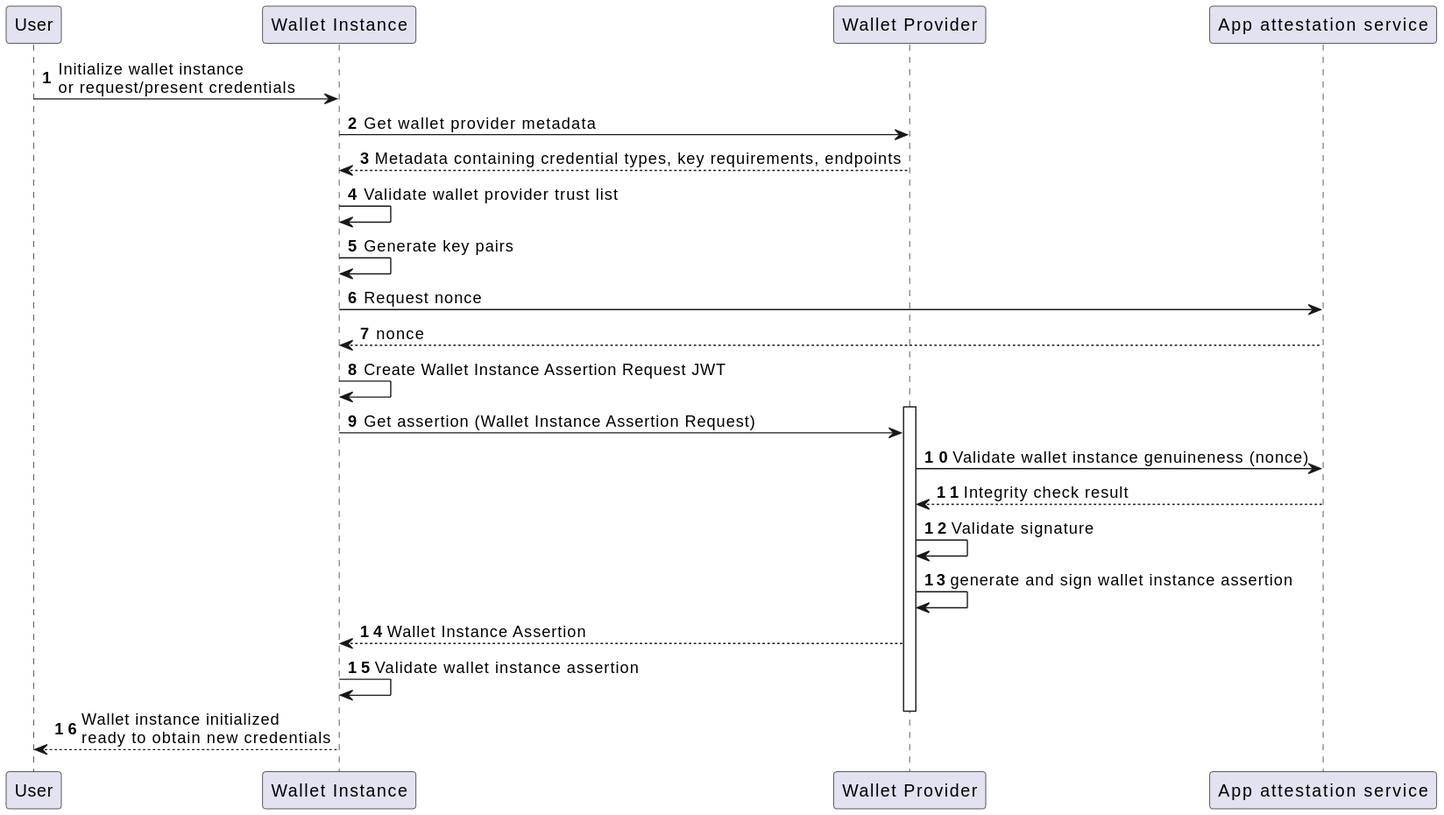
Above: images/dynamic_view_sequence_wallet_instance_attestation.svg in italia/eudi-wallet-it-docs (PlantUML), before the change.
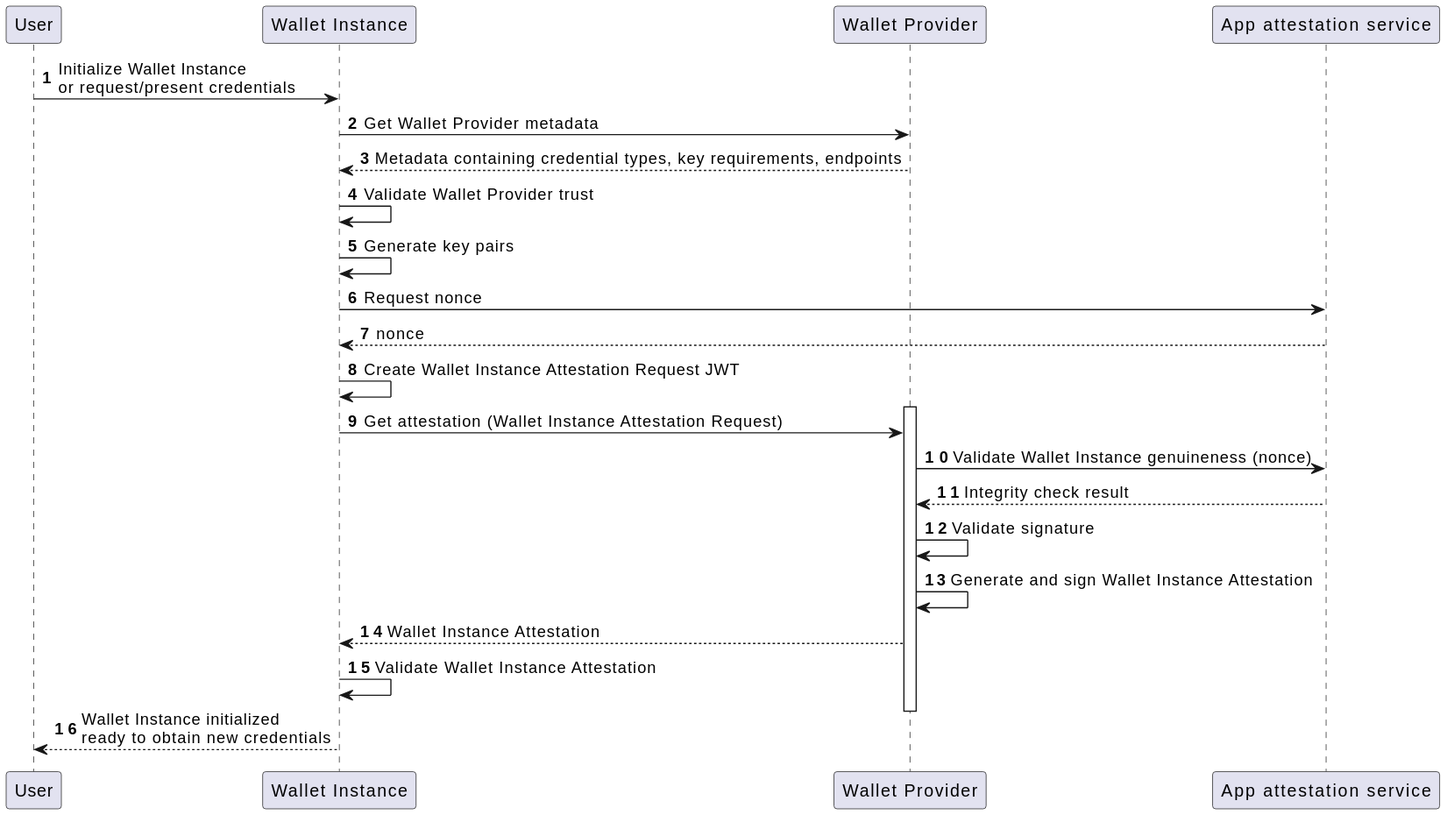
Above is the later version.

Change to the diagram source:
```diff
@@ -7,23 +7,23 @@
 participant "Wallet Provider" as wb
 participant "App attestation service" as att
 
-u -> wi: Initialize wallet instance\nor request/present credentials
-wi->wb: Get wallet provider metadata
+u -> wi: Initialize Wallet Instance\nor request/present credentials
+wi->wb: Get Wallet Provider metadata
 wb-->wi: Metadata containing credential types, key requirements, endpoints
-wi->wi: Validate wallet provider trust list
+wi->wi: Validate Wallet Provider trust
 wi -> wi: Generate key pairs
 wi -> att: Request nonce
 att --> wi: nonce
 
-wi->wi: Create Wallet Instance Assertion Request JWT
+wi->wi: Create Wallet Instance Attestation Request JWT
 activate wb
-wi->wb: Get assertion (Wallet Instance Assertion Request)
-wb->att: Validate wallet instance genuineness (nonce)
+wi->wb: Get attestation (Wallet Instance Attestation Request)
+wb->att: Validate Wallet Instance genuineness (nonce)
 att-->wb: Integrity check result
 wb->wb: Validate signature
-wb->wb: generate and sign wallet instance assertion
-wb-->wi: Wallet Instance Assertion
-wi->wi: Validate wallet instance assertion
+wb->wb: Generate and sign Wallet Instance Attestation
+wb-->wi: Wallet Instance Attestation
+wi->wi: Validate Wallet Instance Attestation
 deactivate wb
-wi-->u: Wallet instance initialized\nready to obtain new credentials
+wi-->u: Wallet Instance initialized\nready to obtain new credentials
 @enduml
```
